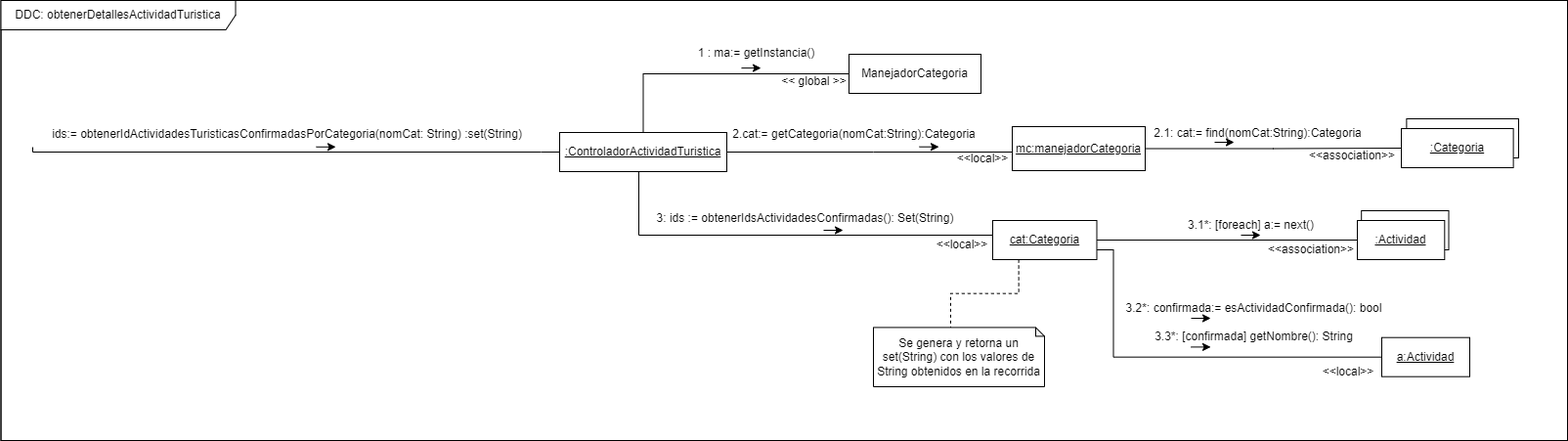
Above: docs/Iteración 2/Diseño/DDC Servidor Web/Consulta de Actividad Turistica/[DCOM] obtenerIdActividadesTuristicasConfirmadasPorCategoria.drawio.png in FacundoDiaz00/Taller-de-Programaci-n (draw.io), before the change. Source tidied: cells renumbered, new cells last; positions are measured from the earlier drawing's top-left corner, leaving out a move shared by most shapes.
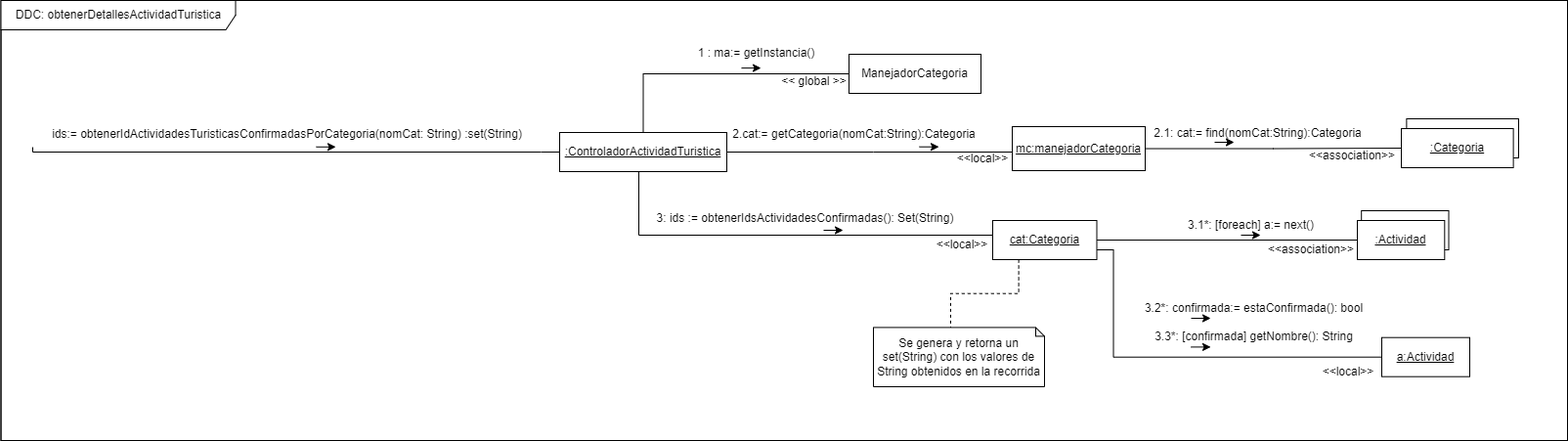
Later version of the same file.

Commit message:
Agrego operacion a dcd y renombro operacion de DCOM

What changed in the source:
```diff
@@ -149,8 +149,8 @@
     <mxCell id="38" value="&lt;u&gt;a:Actividad&lt;/u&gt;" style="rounded=0;whiteSpace=wrap;html=1;" parent="1" vertex="1">
       <mxGeometry x="1412" y="344.7" width="90" height="40" as="geometry" />
     </mxCell>
-    <mxCell id="39" value="3.2*: confirmada:= esActividadConfirmada(): bool" style="text;html=1;align=center;verticalAlign=middle;strokeColor=none;fillColor=none;" parent="1" vertex="1">
-      <mxGeometry x="1140.5" y="305" width="280" height="20" as="geometry" />
+    <mxCell id="39" value="3.2*: confirmada:= estaConfirmada(): bool" style="text;html=1;align=center;verticalAlign=middle;strokeColor=none;fillColor=none;" parent="1" vertex="1">
+      <mxGeometry x="1160.5" y="305" width="240" height="20" as="geometry" />
     </mxCell>
     <mxCell id="40" style="endArrow=classic;html=1;rounded=0;" parent="1" edge="1">
       <mxGeometry relative="1" as="geometry">
```
